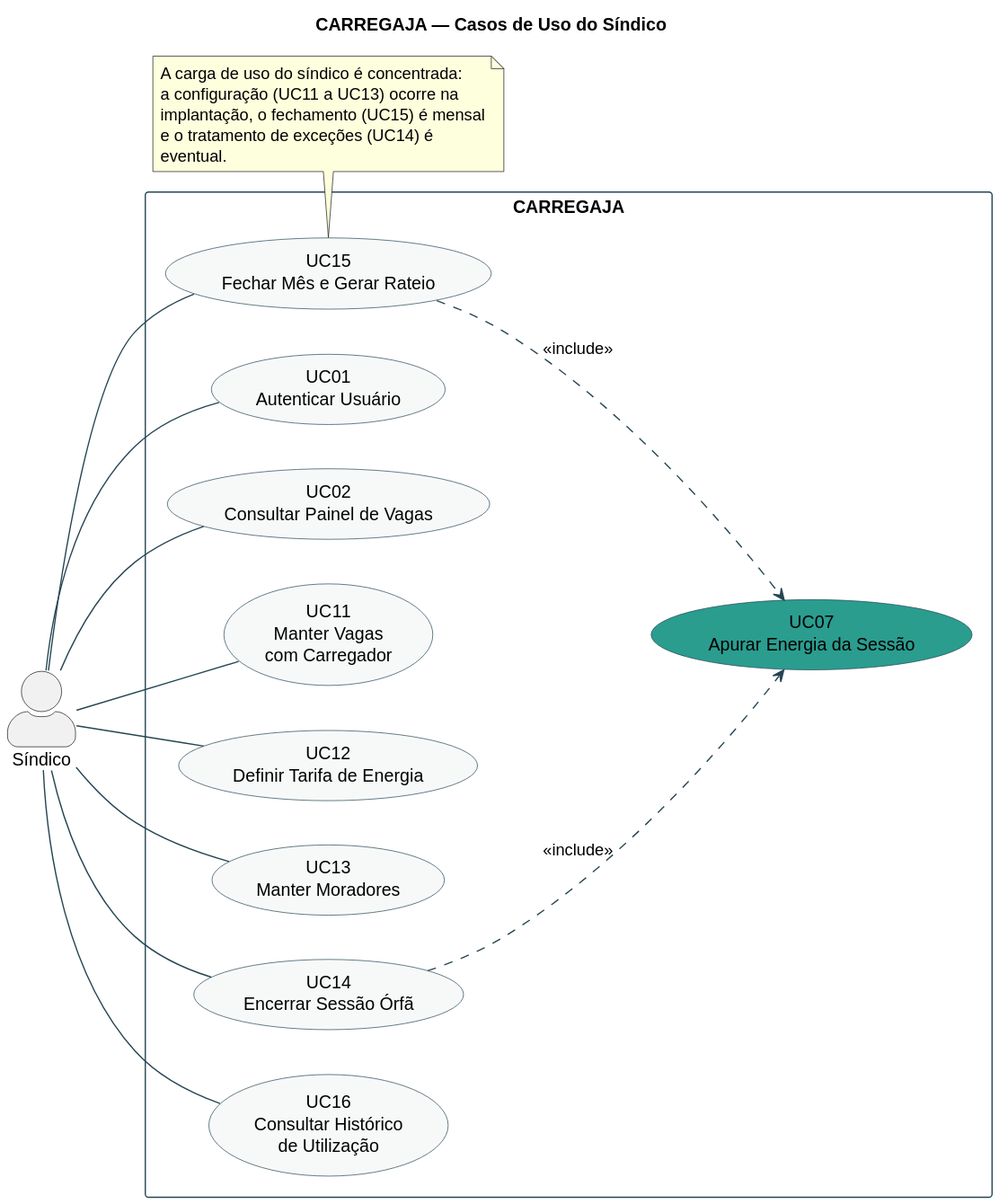
Above: 2.Analise e Design/CARREGAJA-CasoDeUso-Sindico.svg in AndreMoreira00/CarregaJA (PlantUML), before the change. Source of this version:
```plantuml
@startuml
title CARREGAJA — Casos de Uso do Síndico

left to right direction
skinparam packageStyle rectangle
skinparam shadowing false
skinparam ArrowColor #264653
skinparam actorStyle awesome
skinparam usecase {
  BackgroundColor #F7F9F9
  BorderColor #264653
}
skinparam rectangle {
  BorderColor #264653
}

actor "Síndico" as SIN

rectangle "CARREGAJA" {
  usecase "UC01\nAutenticar Usuário" as UC01
  usecase "UC02\nConsultar Painel de Vagas" as UC02
  usecase "UC07\nApurar Energia da Sessão" as UC07 #2A9D8F
  usecase "UC11\nManter Vagas\ncom Carregador" as UC11
  usecase "UC12\nDefinir Tarifa de Energia" as UC12
  usecase "UC13\nManter Moradores" as UC13
  usecase "UC14\nEncerrar Sessão Órfã" as UC14
  usecase "UC15\nFechar Mês e Gerar Rateio" as UC15
  usecase "UC16\nConsultar Histórico\nde Utilização" as UC16
}

SIN -- UC01
SIN -- UC02
SIN -- UC11
SIN -- UC12
SIN -- UC13
SIN -- UC14
SIN -- UC15
SIN -- UC16

UC14 ..> UC07 : <<include>>
UC15 ..> UC07 : <<include>>

note bottom of UC15
  A carga de uso do síndico é concentrada:
  a configuração (UC11 a UC13) ocorre na
  implantação, o fechamento (UC15) é mensal
  e o tratamento de exceções (UC14) é
  eventual.
end note
@enduml
```
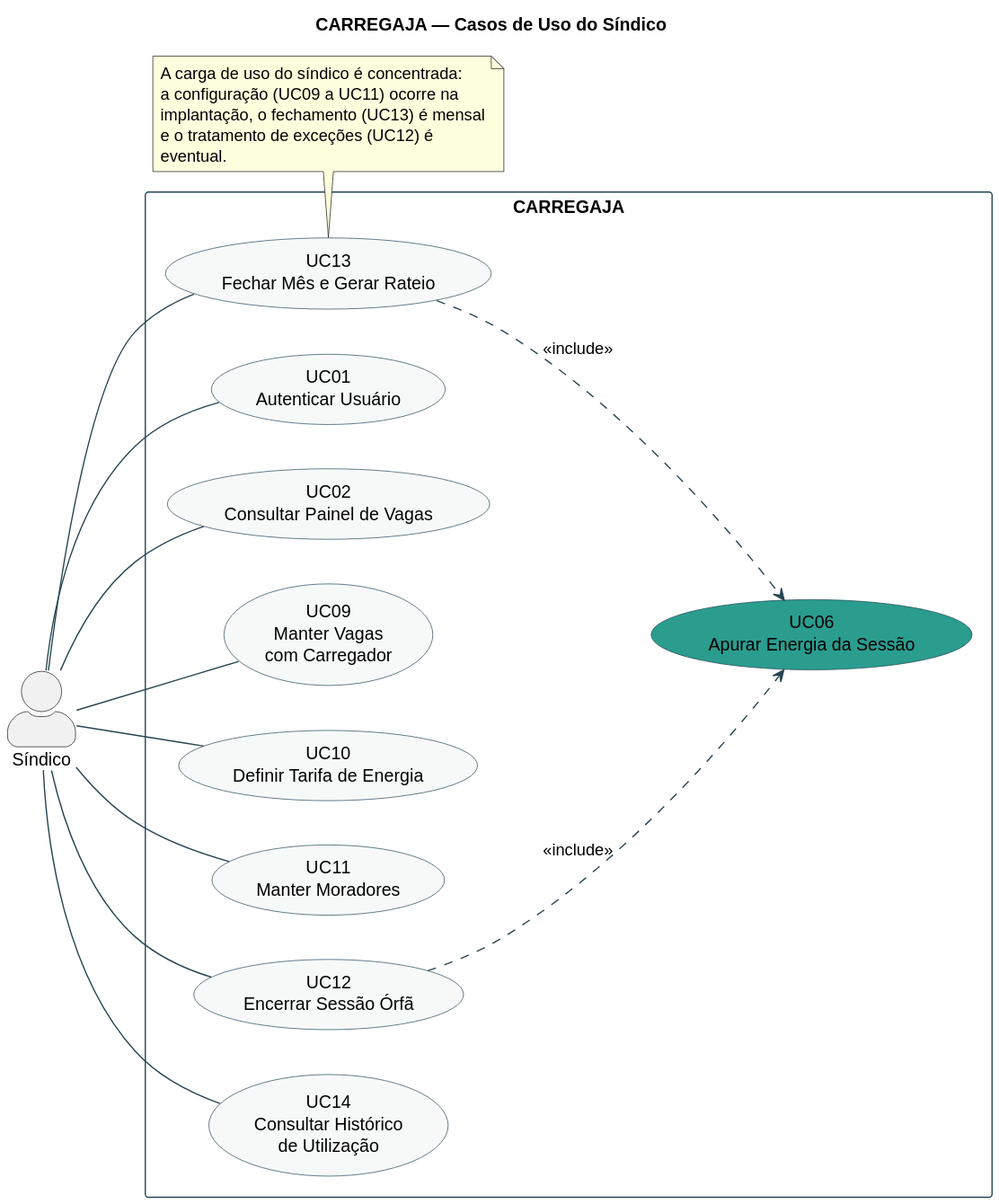
The same file after the commit.

Diff of the diagram source:
```diff
@@ -19,32 +19,32 @@
 rectangle "CARREGAJA" {
   usecase "UC01\nAutenticar Usuário" as UC01
   usecase "UC02\nConsultar Painel de Vagas" as UC02
-  usecase "UC07\nApurar Energia da Sessão" as UC07 #2A9D8F
-  usecase "UC11\nManter Vagas\ncom Carregador" as UC11
-  usecase "UC12\nDefinir Tarifa de Energia" as UC12
-  usecase "UC13\nManter Moradores" as UC13
-  usecase "UC14\nEncerrar Sessão Órfã" as UC14
-  usecase "UC15\nFechar Mês e Gerar Rateio" as UC15
-  usecase "UC16\nConsultar Histórico\nde Utilização" as UC16
+  usecase "UC06\nApurar Energia da Sessão" as UC06 #2A9D8F
+  usecase "UC09\nManter Vagas\ncom Carregador" as UC09
+  usecase "UC10\nDefinir Tarifa de Energia" as UC10
+  usecase "UC11\nManter Moradores" as UC11
+  usecase "UC12\nEncerrar Sessão Órfã" as UC12
+  usecase "UC13\nFechar Mês e Gerar Rateio" as UC13
+  usecase "UC14\nConsultar Histórico\nde Utilização" as UC14
 }
 
 SIN -- UC01
 SIN -- UC02
+SIN -- UC09
+SIN -- UC10
 SIN -- UC11
 SIN -- UC12
 SIN -- UC13
 SIN -- UC14
-SIN -- UC15
-SIN -- UC16
 
-UC14 ..> UC07 : <<include>>
-UC15 ..> UC07 : <<include>>
+UC12 ..> UC06 : <<include>>
+UC13 ..> UC06 : <<include>>
 
-note bottom of UC15
+note bottom of UC13
   A carga de uso do síndico é concentrada:
-  a configuração (UC11 a UC13) ocorre na
-  implantação, o fechamento (UC15) é mensal
-  e o tratamento de exceções (UC14) é
+  a configuração (UC09 a UC11) ocorre na
+  implantação, o fechamento (UC13) é mensal
+  e o tratamento de exceções (UC12) é
   eventual.
 end note
 @enduml
```
